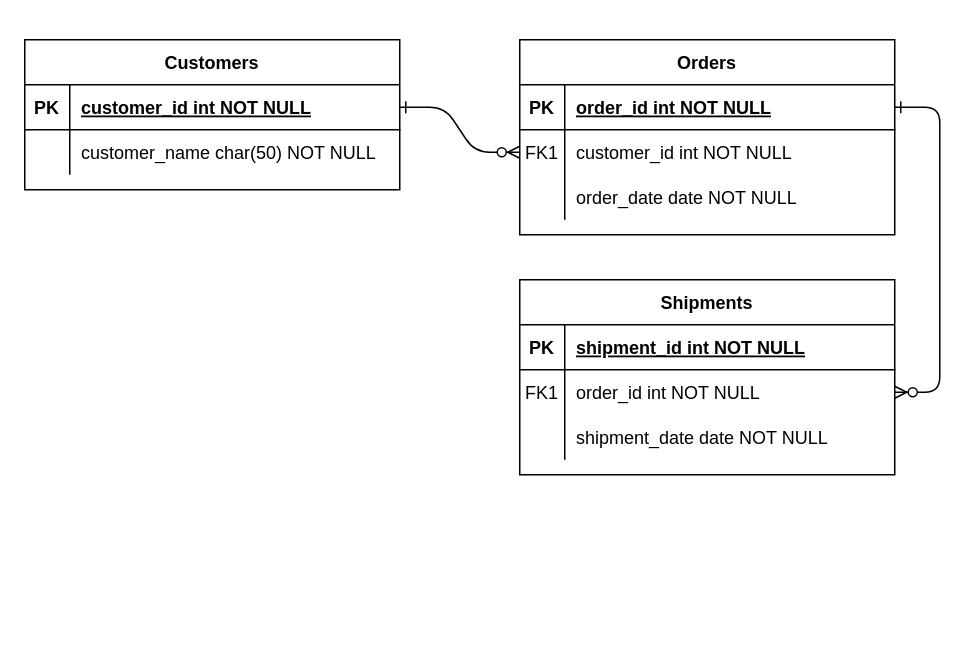
Before: Untitled Diagram.drawio in runningli120/assignment_2, a draw.io diagram. Source tidied: cells renumbered, new cells numbered last; positions are measured from the earlier drawing's top-left corner, leaving out a move shared by most shapes. Both pictures are drawn from the tidied source at 150%, with x=0, y=0 at pixel (24, 39).
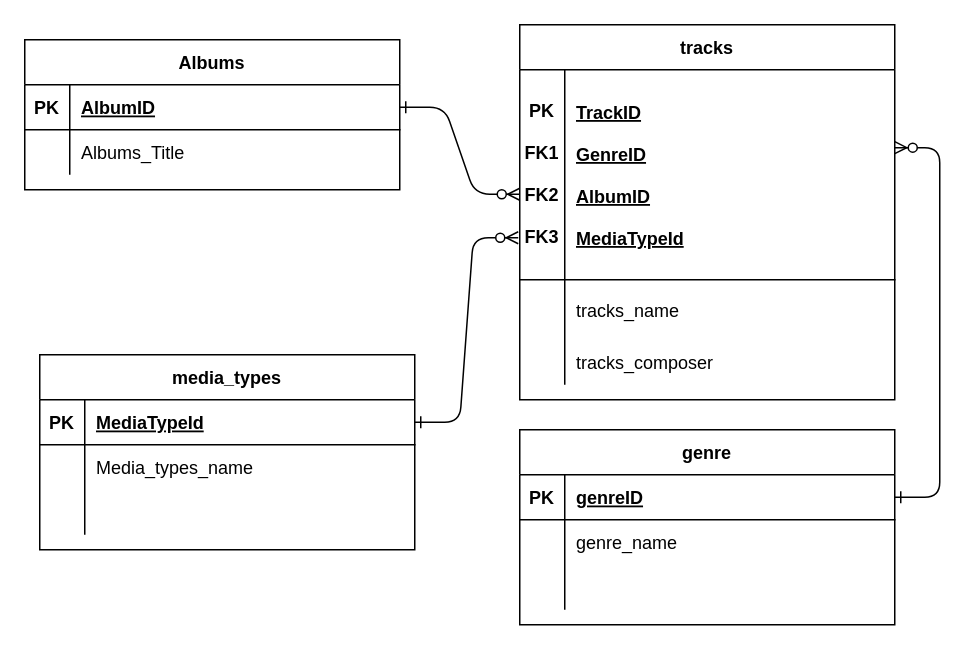
Above is the later version.

The change refers to these unchanged cells:
```xml
<mxCell id="15" style="shape=partialRectangle;fillColor=none;points=[[0,0.5],[1,0.5]];portConstraint=eastwest;top=0;left=0;right=0;bottom=1;" parent="14" vertex="1">
  <mxGeometry y="30" width="250" height="30" as="geometry" />
</mxCell>
<mxCell id="18" style="shape=partialRectangle;fillColor=none;points=[[0,0.5],[1,0.5]];portConstraint=eastwest;top=0;left=0;right=0;bottom=0;" parent="14" vertex="1">
  <mxGeometry y="60" width="250" height="30" as="geometry" />
</mxCell>
<mxCell id="21" style="shape=partialRectangle;fillColor=none;top=0;left=0;right=0;bottom=0;" parent="14" vertex="1">
  <mxGeometry y="90" width="250" height="30" as="geometry" />
</mxCell>
<mxCell id="25" style="shape=partialRectangle;fillColor=none;points=[[0,0.5],[1,0.5]];portConstraint=eastwest;top=0;left=0;right=0;bottom=1;" parent="24" vertex="1">
  <mxGeometry y="30" width="250" height="30" as="geometry" />
</mxCell>
<mxCell id="28" style="shape=partialRectangle;fillColor=none;top=0;left=0;right=0;bottom=0;" parent="24" vertex="1">
  <mxGeometry y="60" width="250" height="30" as="geometry" />
</mxCell>
```

Diff of the diagram source:
```diff
@@
-    <mxCell id="2" style="edgeStyle=entityRelationEdgeStyle;endArrow=ERzeroToMany;startArrow=ERone;endFill=1;startFill=0;" parent="1" edge="1" source="25" target="8">
+    <mxCell id="2" style="edgeStyle=entityRelationEdgeStyle;endArrow=ERzeroToMany;startArrow=ERone;endFill=1;startFill=0;exitX=1;exitY=0.5;exitDx=0;exitDy=0;entryX=0;entryY=0.593;entryDx=0;entryDy=0;entryPerimeter=0;" parent="1" edge="1" source="25" target="5">
       <mxGeometry relative="1" as="geometry" />
     </mxCell>
-    <mxCell id="3" style="edgeStyle=entityRelationEdgeStyle;endArrow=ERzeroToMany;startArrow=ERone;endFill=1;startFill=0;" parent="1" edge="1" source="5" target="18">
+    <mxCell id="3" style="edgeStyle=entityRelationEdgeStyle;endArrow=ERzeroToMany;startArrow=ERone;endFill=1;startFill=0;exitX=1;exitY=0.5;exitDx=0;exitDy=0;entryX=1;entryY=0.371;entryDx=0;entryDy=0;entryPerimeter=0;" parent="1" edge="1" source="15" target="5">
       <mxGeometry relative="1" as="geometry" />
     </mxCell>
-    <mxCell id="4" value="Orders" style="shape=table;startSize=30;childLayout=tableLayout;rowLines=0;fontStyle=1;align=center;" parent="1" vertex="1">
-      <mxGeometry x="330" width="250" height="130" as="geometry" />
+    <mxCell id="4" value="tracks" style="shape=table;startSize=30;childLayout=tableLayout;rowLines=0;fontStyle=1;align=center;" parent="1" vertex="1">
+      <mxGeometry x="330" y="-10" width="250" height="250" as="geometry" />
     </mxCell>
     <mxCell id="5" style="shape=partialRectangle;fillColor=none;points=[[0,0.5],[1,0.5]];portConstraint=eastwest;top=0;left=0;right=0;bottom=1;" parent="4" vertex="1">
-      <mxGeometry y="30" width="250" height="30" as="geometry" />
+      <mxGeometry y="30" width="250" height="140" as="geometry" />
     </mxCell>
-    <mxCell id="6" value="PK" style="shape=partialRectangle;overflow=hidden;fillColor=none;top=0;left=0;bottom=0;right=0;fontStyle=1;" parent="5" vertex="1">
-      <mxGeometry width="30" height="30" as="geometry" />
+    <mxCell id="6" value="&#10;PK&#10;&#10;FK1&#10;&#10;FK2&#10;&#10;FK3" style="shape=partialRectangle;overflow=hidden;fillColor=none;top=0;left=0;bottom=0;right=0;fontStyle=1;align=center;verticalAlign=top;" parent="5" vertex="1">
+      <mxGeometry width="30" height="140" as="geometry" />
     </mxCell>
-    <mxCell id="7" value="order_id int NOT NULL " style="shape=partialRectangle;overflow=hidden;fillColor=none;top=0;left=0;bottom=0;right=0;align=left;spacingLeft=6;fontStyle=5;" parent="5" vertex="1">
-      <mxGeometry x="30" width="220" height="30" as="geometry" />
+    <mxCell id="7" value="TrackID&#10;&#10;GenreID&#10;&#10;AlbumID&#10;&#10;MediaTypeId" style="shape=partialRectangle;overflow=hidden;fillColor=none;top=0;left=0;bottom=0;right=0;align=left;spacingLeft=6;fontStyle=5;" parent="5" vertex="1">
+      <mxGeometry x="30" width="220" height="140" as="geometry" />
     </mxCell>
     <mxCell id="8" style="shape=partialRectangle;fillColor=none;points=[[0,0.5],[1,0.5]];portConstraint=eastwest;top=0;left=0;right=0;bottom=0;" parent="4" vertex="1">
-      <mxGeometry y="60" width="250" height="30" as="geometry" />
+      <mxGeometry y="170" width="250" height="40" as="geometry" />
     </mxCell>
-    <mxCell id="9" value="FK1" style="shape=partialRectangle;overflow=hidden;fillColor=none;top=0;left=0;bottom=0;right=0;" parent="8" vertex="1">
-      <mxGeometry width="30" height="30" as="geometry" />
+    <mxCell id="9" style="shape=partialRectangle;overflow=hidden;fillColor=none;top=0;left=0;bottom=0;right=0;" parent="8" vertex="1">
+      <mxGeometry width="30" height="40" as="geometry" />
     </mxCell>
-    <mxCell id="10" value="customer_id int NOT NULL" style="shape=partialRectangle;overflow=hidden;fillColor=none;top=0;left=0;bottom=0;right=0;align=left;spacingLeft=6;" parent="8" vertex="1">
-      <mxGeometry x="30" width="220" height="30" as="geometry" />
+    <mxCell id="10" value="tracks_name" style="shape=partialRectangle;overflow=hidden;fillColor=none;top=0;left=0;bottom=0;right=0;align=left;spacingLeft=6;" parent="8" vertex="1">
+      <mxGeometry x="30" width="220" height="40" as="geometry" />
     </mxCell>
     <mxCell id="11" style="shape=partialRectangle;fillColor=none;top=0;left=0;right=0;bottom=0;" parent="4" vertex="1">
-      <mxGeometry y="90" width="250" height="30" as="geometry" />
+      <mxGeometry y="210" width="250" height="30" as="geometry" />
     </mxCell>
@@
-    <mxCell id="13" value="order_date date NOT NULL" style="shape=partialRectangle;overflow=hidden;fillColor=none;top=0;left=0;bottom=0;right=0;align=left;spacingLeft=6;" parent="11" vertex="1">
+    <mxCell id="13" value="tracks_composer" style="shape=partialRectangle;overflow=hidden;fillColor=none;top=0;left=0;bottom=0;right=0;align=left;spacingLeft=6;" parent="11" vertex="1">
       <mxGeometry x="30" width="220" height="30" as="geometry" />
     </mxCell>
-    <mxCell id="14" value="Shipments" style="shape=table;startSize=30;childLayout=tableLayout;rowLines=0;fontStyle=1;align=center;" parent="1" vertex="1">
-      <mxGeometry x="330" y="160" width="250" height="130" as="geometry" />
+    <mxCell id="14" value="genre" style="shape=table;startSize=30;childLayout=tableLayout;rowLines=0;fontStyle=1;align=center;" parent="1" vertex="1">
+      <mxGeometry x="330" y="260" width="250" height="130" as="geometry" />
     </mxCell>
@@
-    <mxCell id="17" value="shipment_id int NOT NULL " style="shape=partialRectangle;overflow=hidden;fillColor=none;top=0;left=0;bottom=0;right=0;align=left;spacingLeft=6;fontStyle=5;" parent="15" vertex="1">
+    <mxCell id="17" value="genreID" style="shape=partialRectangle;overflow=hidden;fillColor=none;top=0;left=0;bottom=0;right=0;align=left;spacingLeft=6;fontStyle=5;" parent="15" vertex="1">
       <mxGeometry x="30" width="220" height="30" as="geometry" />
     </mxCell>
@@
-    <mxCell id="19" value="FK1" style="shape=partialRectangle;overflow=hidden;fillColor=none;top=0;left=0;bottom=0;right=0;" parent="18" vertex="1">
+    <mxCell id="19" style="shape=partialRectangle;overflow=hidden;fillColor=none;top=0;left=0;bottom=0;right=0;" parent="18" vertex="1">
       <mxGeometry width="30" height="30" as="geometry" />
     </mxCell>
-    <mxCell id="20" value="order_id int NOT NULL" style="shape=partialRectangle;overflow=hidden;fillColor=none;top=0;left=0;bottom=0;right=0;align=left;spacingLeft=6;" parent="18" vertex="1">
+    <mxCell id="20" value="genre_name" style="shape=partialRectangle;overflow=hidden;fillColor=none;top=0;left=0;bottom=0;right=0;align=left;spacingLeft=6;" parent="18" vertex="1">
       <mxGeometry x="30" width="220" height="30" as="geometry" />
     </mxCell>
@@
-    <mxCell id="23" value="shipment_date date NOT NULL" style="shape=partialRectangle;overflow=hidden;fillColor=none;top=0;left=0;bottom=0;right=0;align=left;spacingLeft=6;" parent="21" vertex="1">
+    <mxCell id="23" style="shape=partialRectangle;overflow=hidden;fillColor=none;top=0;left=0;bottom=0;right=0;align=left;spacingLeft=6;" parent="21" vertex="1">
       <mxGeometry x="30" width="220" height="30" as="geometry" />
     </mxCell>
-    <mxCell id="24" value="Customers" style="shape=table;startSize=30;childLayout=tableLayout;rowLines=0;fontStyle=1;align=center;" parent="1" vertex="1">
+    <mxCell id="24" value="Albums" style="shape=table;startSize=30;childLayout=tableLayout;rowLines=0;fontStyle=1;align=center;" parent="1" vertex="1">
       <mxGeometry width="250" height="100" as="geometry" />
     </mxCell>
@@
-    <mxCell id="27" value="customer_id int NOT NULL " style="shape=partialRectangle;overflow=hidden;fillColor=none;top=0;left=0;bottom=0;right=0;align=left;spacingLeft=6;fontStyle=5;" parent="25" vertex="1">
+    <mxCell id="27" value="AlbumID" style="shape=partialRectangle;overflow=hidden;fillColor=none;top=0;left=0;bottom=0;right=0;align=left;spacingLeft=6;fontStyle=5;" parent="25" vertex="1">
       <mxGeometry x="30" width="220" height="30" as="geometry" />
     </mxCell>
@@
-    <mxCell id="30" value="customer_name char(50) NOT NULL" style="shape=partialRectangle;overflow=hidden;fillColor=none;top=0;left=0;bottom=0;right=0;align=left;spacingLeft=6;" parent="28" vertex="1">
+    <mxCell id="30" value="Albums_Title" style="shape=partialRectangle;overflow=hidden;fillColor=none;top=0;left=0;bottom=0;right=0;align=left;spacingLeft=6;" parent="28" vertex="1">
       <mxGeometry x="30" width="220" height="30" as="geometry" />
     </mxCell>
+    <mxCell id="31" value="media_types" style="shape=table;startSize=30;childLayout=tableLayout;rowLines=0;fontStyle=1;align=center;" parent="1" vertex="1">
+      <mxGeometry x="10" y="210" width="250" height="130" as="geometry" />
+    </mxCell>
+    <mxCell id="32" style="shape=partialRectangle;fillColor=none;points=[[0,0.5],[1,0.5]];portConstraint=eastwest;top=0;left=0;right=0;bottom=1;" parent="31" vertex="1">
+      <mxGeometry y="30" width="250" height="30" as="geometry" />
+    </mxCell>
+    <mxCell id="33" value="PK" style="shape=partialRectangle;overflow=hidden;fillColor=none;top=0;left=0;bottom=0;right=0;fontStyle=1;" parent="32" vertex="1">
+      <mxGeometry width="30" height="30" as="geometry" />
+    </mxCell>
+    <mxCell id="34" value="MediaTypeId" style="shape=partialRectangle;overflow=hidden;fillColor=none;top=0;left=0;bottom=0;right=0;align=left;spacingLeft=6;fontStyle=5;" parent="32" vertex="1">
+      <mxGeometry x="30" width="220" height="30" as="geometry" />
+    </mxCell>
+    <mxCell id="35" style="shape=partialRectangle;fillColor=none;top=0;left=0;right=0;bottom=0;" parent="31" vertex="1">
+      <mxGeometry y="60" width="250" height="30" as="geometry" />
+    </mxCell>
+    <mxCell id="36" style="shape=partialRectangle;overflow=hidden;fillColor=none;top=0;left=0;bottom=0;right=0;" parent="35" vertex="1">
+      <mxGeometry width="30" height="30" as="geometry" />
+    </mxCell>
+    <mxCell id="37" value="Media_types_name" style="shape=partialRectangle;overflow=hidden;fillColor=none;top=0;left=0;bottom=0;right=0;align=left;spacingLeft=6;" parent="35" vertex="1">
+      <mxGeometry x="30" width="220" height="30" as="geometry" />
+    </mxCell>
+    <mxCell id="38" style="shape=partialRectangle;fillColor=none;top=0;left=0;right=0;bottom=0;" parent="31" vertex="1">
+      <mxGeometry y="90" width="250" height="30" as="geometry" />
+    </mxCell>
+    <mxCell id="39" style="shape=partialRectangle;overflow=hidden;fillColor=none;top=0;left=0;bottom=0;right=0;" parent="38" vertex="1">
+      <mxGeometry width="30" height="30" as="geometry" />
+    </mxCell>
+    <mxCell id="40" style="shape=partialRectangle;overflow=hidden;fillColor=none;top=0;left=0;bottom=0;right=0;align=left;spacingLeft=6;" parent="38" vertex="1">
+      <mxGeometry x="30" width="220" height="30" as="geometry" />
+    </mxCell>
+    <mxCell id="41" style="edgeStyle=entityRelationEdgeStyle;endArrow=ERzeroToMany;startArrow=ERone;endFill=1;startFill=0;exitX=1;exitY=0.5;exitDx=0;exitDy=0;entryX=-0.004;entryY=0.8;entryDx=0;entryDy=0;entryPerimeter=0;" parent="1" edge="1" source="32" target="5">
+      <mxGeometry relative="1" as="geometry" />
+    </mxCell>
```
